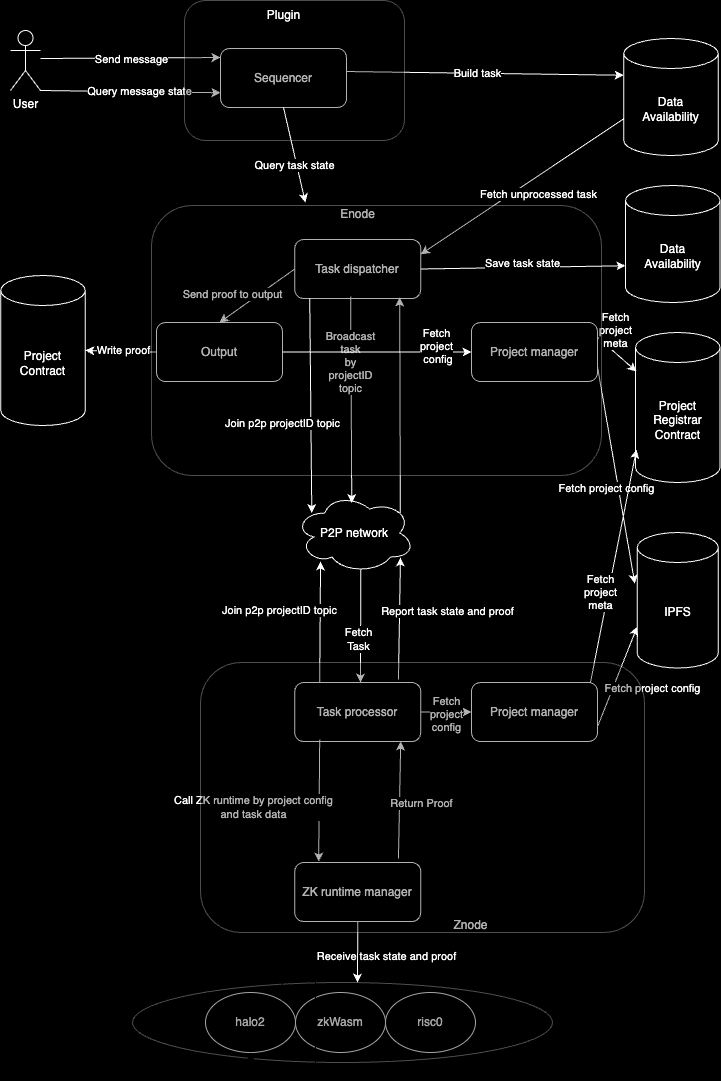
iotexproject/w3bstream keeps this draw.io diagram as docs/architecture.drawio.png. Above is the earlier version. Source tidied: cells renumbered, new cells last; positions are measured from the earlier drawing's top-left corner, leaving out a move shared by most shapes.
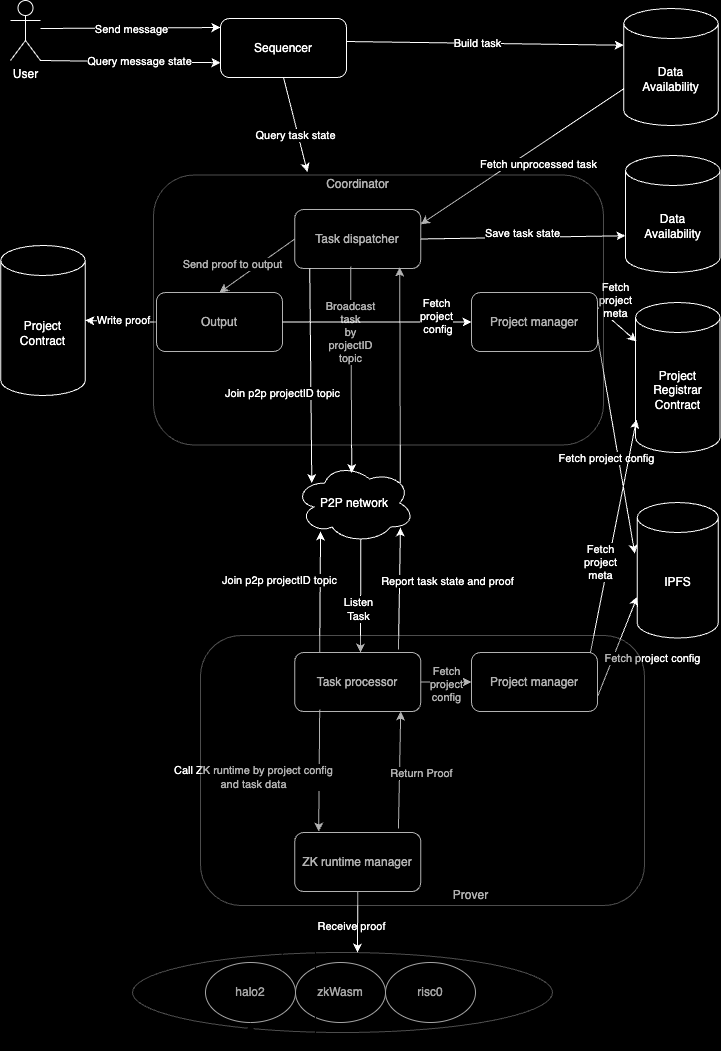
The same diagram one commit later.

Commit message:
refactor: change architecture diagram, use new name

What changed in the source:
```diff
@@ -55,9 +55,9 @@
     <mxCell id="15" style="endArrow=classic;html=1;rounded=0;exitX=0.88;exitY=0.25;exitDx=0;exitDy=0;exitPerimeter=0;entryX=0.833;entryY=0.983;entryDx=0;entryDy=0;entryPerimeter=0;fontColor=#FFFFFF;labelBackgroundColor=#000000;strokeColor=#FFFFFF;" parent="1" edge="1" source="12" target="9">
       <mxGeometry relative="1" as="geometry" />
     </mxCell>
-    <mxCell id="16" value="Receive task state and proof" style="edgeLabel;html=1;align=center;verticalAlign=middle;fontColor=#FFFFFF;labelBackgroundColor=#000000;" parent="15" vertex="1">
+    <mxCell id="16" value="Receive proof" style="edgeLabel;html=1;align=center;verticalAlign=middle;fontColor=#FFFFFF;labelBackgroundColor=#000000;" parent="15" vertex="1">
       <mxGeometry x="-0.05" y="-1" relative="1" as="geometry">
-        <mxPoint x="-15" y="546" as="offset" />
+        <mxPoint x="-50" y="546" as="offset" />
       </mxGeometry>
     </mxCell>
     <mxCell id="17" style="endArrow=classic;html=1;rounded=0;fontColor=#FFFFFF;labelBackgroundColor=#000000;strokeColor=#FFFFFF;exitX=1;exitY=0.39;exitDx=0;exitDy=0;entryX=0;entryY=0;entryDx=0;entryDy=36.75;entryPerimeter=0;exitPerimeter=0;" parent="1" edge="1" source="3" target="6">
@@ -74,7 +74,7 @@
         <mxPoint x="360" y="682" as="targetPoint" />
       </mxGeometry>
     </mxCell>
-    <mxCell id="21" value="Fetch&lt;br&gt;Task" style="edgeLabel;html=1;align=center;verticalAlign=middle;fontColor=#FFFFFF;labelBackgroundColor=#000000;" parent="20" vertex="1">
+    <mxCell id="21" value="Listen&lt;br&gt;Task" style="edgeLabel;html=1;align=center;verticalAlign=middle;fontColor=#FFFFFF;labelBackgroundColor=#000000;" parent="20" vertex="1">
       <mxGeometry x="-0.01" y="-2" relative="1" as="geometry">
         <mxPoint x="-1" y="14" as="offset" />
       </mxGeometry>
@@ -175,13 +175,13 @@
         <mxPoint x="-10" y="-1" as="offset" />
       </mxGeometry>
     </mxCell>
-    <mxCell id="48" value="Enode" style="text;html=1;align=center;verticalAlign=middle;strokeColor=none;fillColor=none;fontColor=#FFFFFF;labelBackgroundColor=#000000;" parent="1" vertex="1">
-      <mxGeometry x="327.2" y="198.5" width="60" height="30" as="geometry" />
+    <mxCell id="48" value="Coordinator" style="text;html=1;align=center;verticalAlign=middle;strokeColor=none;fillColor=none;fontColor=#FFFFFF;labelBackgroundColor=#000000;" parent="1" vertex="1">
+      <mxGeometry x="312.2" y="198.5" width="90" height="30" as="geometry" />
     </mxCell>
     <mxCell id="49" style="rounded=1;whiteSpace=wrap;html=1;opacity=30;fontColor=#FFFFFF;labelBackgroundColor=#000000;fillColor=#000000;strokeColor=#FFFFFF;" parent="1" vertex="1">
-      <mxGeometry x="151" y="205" width="450" height="270" as="geometry" />
+      <mxGeometry x="153" y="204.5" width="450" height="270" as="geometry" />
     </mxCell>
-    <mxCell id="50" value="Znode" style="text;html=1;align=center;verticalAlign=middle;strokeColor=none;fillColor=none;fontColor=#FFFFFF;labelBackgroundColor=#000000;" parent="1" vertex="1">
+    <mxCell id="50" value="Prover" style="text;html=1;align=center;verticalAlign=middle;strokeColor=none;fillColor=none;fontColor=#FFFFFF;labelBackgroundColor=#000000;" parent="1" vertex="1">
       <mxGeometry x="440" y="910" width="60" height="30" as="geometry" />
     </mxCell>
     <mxCell id="51" style="endArrow=classic;html=1;rounded=0;exitX=0.119;exitY=1;exitDx=0;exitDy=0;exitPerimeter=0;entryX=0.142;entryY=0.25;entryDx=0;entryDy=0;entryPerimeter=0;fontColor=#FFFFFF;labelBackgroundColor=#000000;strokeColor=#FFFFFF;" parent="1" edge="1" source="9" target="12">
@@ -226,14 +226,8 @@
       <mxGeometry relative="1" as="geometry" />
     </mxCell>
     <mxCell id="62" style="rounded=1;whiteSpace=wrap;html=1;opacity=30;fontColor=#FFFFFF;labelBackgroundColor=#000000;fillColor=#000000;strokeColor=#FFFFFF;" parent="1" vertex="1">
-      <mxGeometry x="200" y="662" width="444" height="270" as="geometry" />
+      <mxGeometry x="200" y="665" width="444" height="270" as="geometry" />
     </mxCell>
-    <mxCell id="63" style="rounded=1;whiteSpace=wrap;html=1;opacity=30;fontColor=#FFFFFF;labelBackgroundColor=#000000;fillColor=#000000;strokeColor=#FFFFFF;" parent="1" vertex="1">
-      <mxGeometry x="184" width="220" height="140" as="geometry" />
-    </mxCell>
-    <mxCell id="64" value="Plugin" style="text;html=1;align=center;verticalAlign=middle;strokeColor=none;fillColor=none;fontColor=#FFFFFF;labelBackgroundColor=#000000;" parent="1" vertex="1">
-      <mxGeometry x="253" width="60" height="30" as="geometry" />
-    </mxCell>
     <mxCell id="65" value="Data &lt;br&gt;Availability" style="shape=cylinder3;whiteSpace=wrap;html=1;boundedLbl=1;backgroundOutline=1;size=15;fontColor=#FFFFFF;labelBackgroundColor=#000000;strokeColor=#FFFFFF;fillColor=#000000;" parent="1" vertex="1">
       <mxGeometry x="625" y="185" width="94.5" height="117" as="geometry" />
     </mxCell>
```
